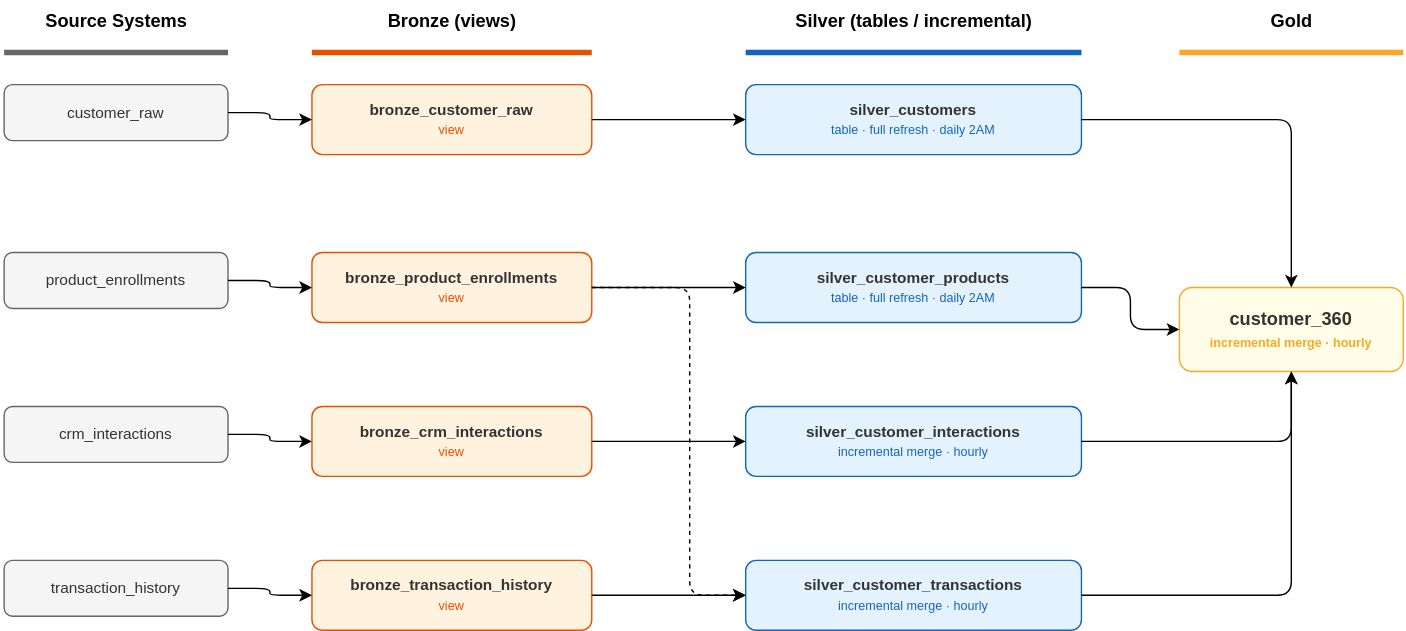
This is docs/data_lineage.svg from thanhbui221/tymex, a draw.io export, as it was before one commit. Source tidied: cells renumbered, new cells last; positions are measured from the earlier drawing's top-left corner, leaving out a move shared by most shapes.
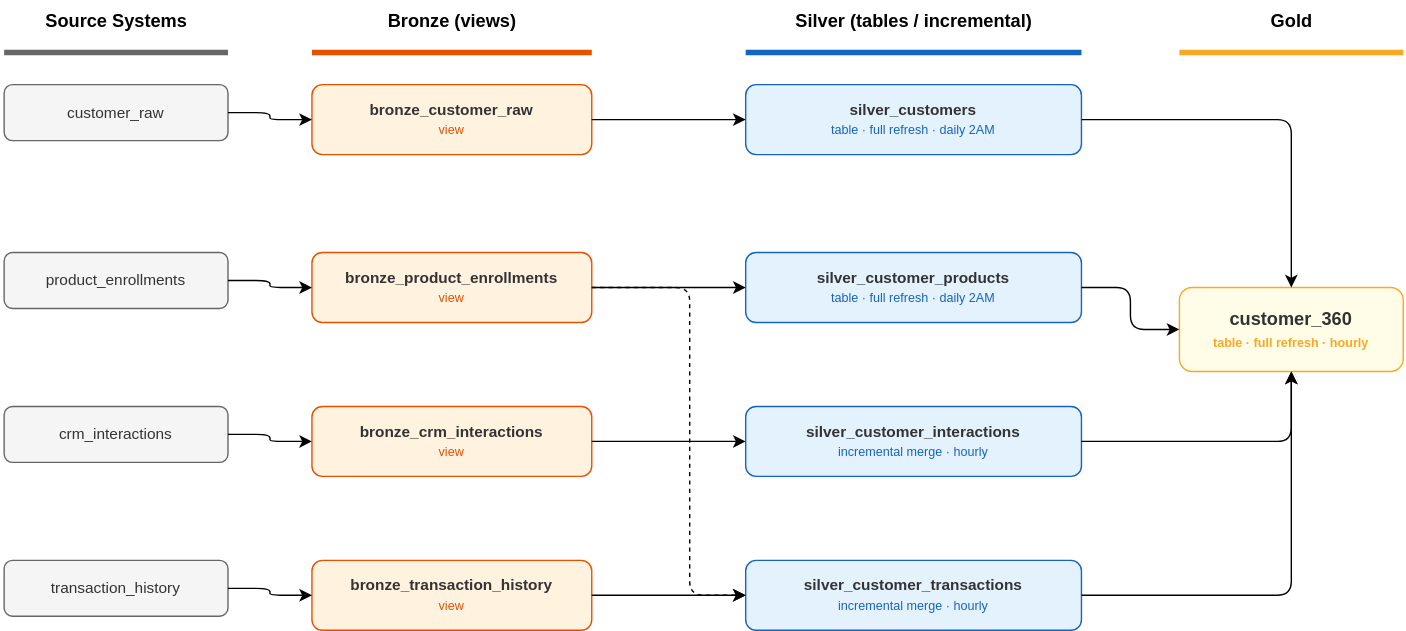
After the change.

Change to the diagram source:
```diff
@@ -62,7 +62,7 @@
     <mxCell id="21" value="&lt;b&gt;silver_customer_transactions&lt;/b&gt;&lt;br&gt;&lt;font style=&quot;font-size:9px;color:#1565c0;&quot;&gt;incremental merge · hourly&lt;/font&gt;" style="rounded=1;whiteSpace=wrap;html=1;fillColor=#e3f2fd;strokeColor=#1565c0;fontColor=#333333;fontSize=11;" parent="1" vertex="1">
       <mxGeometry x="530" y="400" width="240" height="50" as="geometry" />
     </mxCell>
-    <mxCell id="22" value="&lt;b&gt;customer_360&lt;/b&gt;&lt;br&gt;&lt;font style=&quot;font-size:9px;color:#f9a825;&quot;&gt;incremental merge · hourly&lt;/font&gt;" style="rounded=1;whiteSpace=wrap;html=1;fillColor=#fffde7;strokeColor=#f9a825;fontColor=#333333;fontStyle=1;fontSize=13;" parent="1" vertex="1">
+    <mxCell id="22" value="&lt;b&gt;customer_360&lt;/b&gt;&lt;br&gt;&lt;font style=&quot;font-size:9px;color:#f9a825;&quot;&gt;table · full refresh · hourly&lt;/font&gt;" style="rounded=1;whiteSpace=wrap;html=1;fillColor=#fffde7;strokeColor=#f9a825;fontColor=#333333;fontStyle=1;fontSize=13;" parent="1" vertex="1">
       <mxGeometry x="840" y="205" width="160" height="60" as="geometry" />
     </mxCell>
     <mxCell id="23" style="edgeStyle=orthogonalEdgeStyle;html=1;" parent="1" edge="1" source="10" target="14">
```
